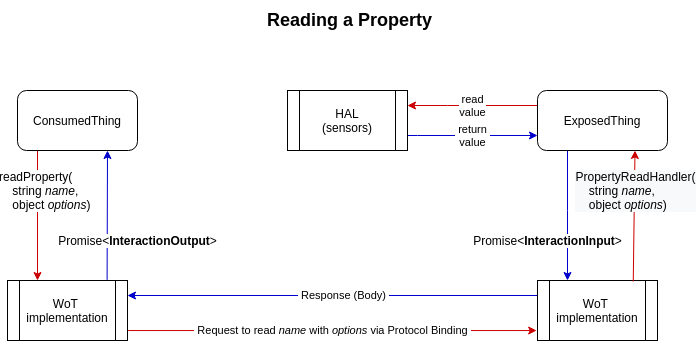
w3c/wot-scripting-api keeps this draw.io diagram as images/scripting-read-data.png. Above is the earlier version. Source tidied: cells renumbered, new cells last; positions are measured from the earlier drawing's top-left corner, leaving out a move shared by most shapes.
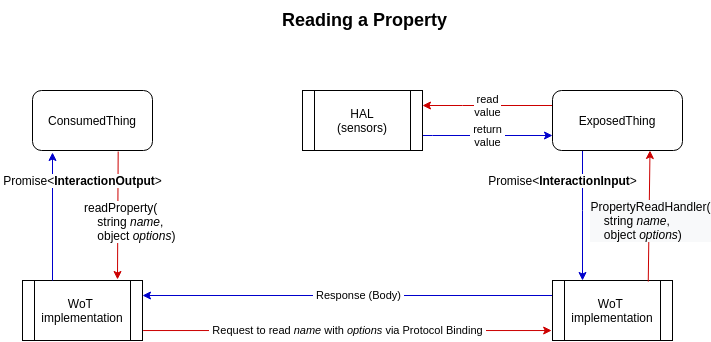
Later version of the same file.

Diff of the diagram source:
```diff
@@ -2,11 +2,12 @@
   <root>
     <mxCell id="0" />
     <mxCell id="1" parent="0" />
-    <mxCell id="2" value="&lt;font style=&quot;font-size: 12px&quot;&gt;readProperty(&lt;br&gt;&amp;nbsp; &amp;nbsp; string &lt;i&gt;name&lt;/i&gt;,&lt;br&gt;&amp;nbsp; &amp;nbsp; object &lt;i&gt;options&lt;/i&gt;)&lt;/font&gt;" style="edgeStyle=orthogonalEdgeStyle;rounded=0;jettySize=auto;html=1;strokeColor=#CC0000;entryX=0.25;entryY=0;entryDx=0;entryDy=0;align=left;" parent="1" edge="1" target="5">
-      <mxGeometry x="-0.38" y="-40" relative="1" as="geometry">
-        <mxPoint x="30" y="150" as="sourcePoint" />
+    <mxCell id="2" value="&lt;font style=&quot;font-size: 12px&quot;&gt;readProperty(&lt;br&gt;&amp;nbsp; &amp;nbsp; string &lt;i&gt;name&lt;/i&gt;,&lt;br&gt;&amp;nbsp; &amp;nbsp; object &lt;i&gt;options&lt;/i&gt;)&lt;/font&gt;" style="edgeStyle=orthogonalEdgeStyle;rounded=0;jettySize=auto;html=1;strokeColor=#CC0000;align=left;exitX=0.714;exitY=1.017;exitDx=0;exitDy=0;exitPerimeter=0;" parent="1" edge="1" source="3">
+      <mxGeometry x="0.1" y="-35" relative="1" as="geometry">
+        <mxPoint x="95" y="279" as="targetPoint" />
         <Array as="points">
-          <mxPoint x="30" y="150" />
+          <mxPoint x="96" y="150" />
+          <mxPoint x="95" y="150" />
         </Array>
       </mxGeometry>
     </mxCell>
@@ -39,7 +40,7 @@
       </mxGeometry>
     </mxCell>
     <mxCell id="9" value="&lt;font style=&quot;font-size: 12px&quot;&gt;Promise&amp;lt;&lt;b&gt;InteractionInput&lt;/b&gt;&amp;gt;&lt;/font&gt;" style="edgeStyle=orthogonalEdgeStyle;rounded=0;jettySize=auto;html=1;exitX=0.25;exitY=1;exitDx=0;exitDy=0;strokeColor=#0000CC;entryX=0.25;entryY=0;entryDx=0;entryDy=0;" parent="1" edge="1" source="10" target="7">
-      <mxGeometry x="0.4" y="-20" relative="1" as="geometry">
+      <mxGeometry x="-0.51" y="-20" relative="1" as="geometry">
         <Array as="points">
           <mxPoint x="560" y="210" />
           <mxPoint x="560" y="210" />
@@ -61,10 +62,12 @@
       <mxGeometry x="280" y="90" width="120" height="60" as="geometry" />
     </mxCell>
     <mxCell id="13" value="&lt;div style=&quot;font-size: 12px ; background-color: rgb(248 , 249 , 250) ; text-align: left&quot;&gt;PropertyReadHandler(&lt;/div&gt;&lt;div style=&quot;font-size: 12px ; background-color: rgb(248 , 249 , 250) ; text-align: left&quot;&gt;&amp;nbsp; &amp;nbsp; string&amp;nbsp;&lt;i&gt;name&lt;/i&gt;,&lt;/div&gt;&lt;div style=&quot;text-align: left ; font-size: 12px ; background-color: rgb(248 , 249 , 250)&quot;&gt;&amp;nbsp; &amp;nbsp; object&amp;nbsp;&lt;i&gt;options&lt;/i&gt;)&lt;/div&gt;" style="endArrow=classic;html=1;strokeColor=#CC0000;exitX=0.798;exitY=0.018;exitDx=0;exitDy=0;exitPerimeter=0;entryX=0.75;entryY=1;entryDx=0;entryDy=0;" parent="1" edge="1" source="7" target="10">
-      <mxGeometry x="0.39" y="-1" relative="1" as="geometry" />
+      <mxGeometry x="-0.07" y="-1" relative="1" as="geometry" />
     </mxCell>
-    <mxCell id="14" value="&lt;font style=&quot;font-size: 12px&quot;&gt;&amp;nbsp;Promise&amp;lt;&lt;b&gt;&lt;font&gt;InteractionOutput&lt;/font&gt;&lt;/b&gt;&amp;gt;&amp;nbsp;&lt;/font&gt;" style="endArrow=classic;html=1;strokeColor=#0000CC;exitX=0.83;exitY=-0.01;exitDx=0;exitDy=0;exitPerimeter=0;entryX=0.75;entryY=1;entryDx=0;entryDy=0;" parent="1" edge="1" source="5" target="3">
-      <mxGeometry x="-0.39" y="-30" relative="1" as="geometry" />
+    <mxCell id="14" value="&lt;font style=&quot;font-size: 12px&quot;&gt;&amp;nbsp;Promise&amp;lt;&lt;b&gt;&lt;font&gt;InteractionOutput&lt;/font&gt;&lt;/b&gt;&amp;gt;&amp;nbsp;&lt;/font&gt;" style="endArrow=classic;html=1;strokeColor=#0000CC;exitX=0.25;exitY=0;exitDx=0;exitDy=0;" parent="1" edge="1" source="5">
+      <mxGeometry x="0.56" y="-30" relative="1" as="geometry">
+        <mxPoint x="30" y="152" as="targetPoint" />
+      </mxGeometry>
     </mxCell>
     <mxCell id="15" value="&lt;font style=&quot;font-size: 18px&quot;&gt;&lt;b&gt;&amp;nbsp;Reading a Property&lt;/b&gt;&lt;/font&gt;" style="text;html=1;strokeColor=none;fillColor=none;align=center;verticalAlign=middle;whiteSpace=wrap;rounded=0;" parent="1" vertex="1">
       <mxGeometry x="250" width="180" height="40" as="geometry" />
```
